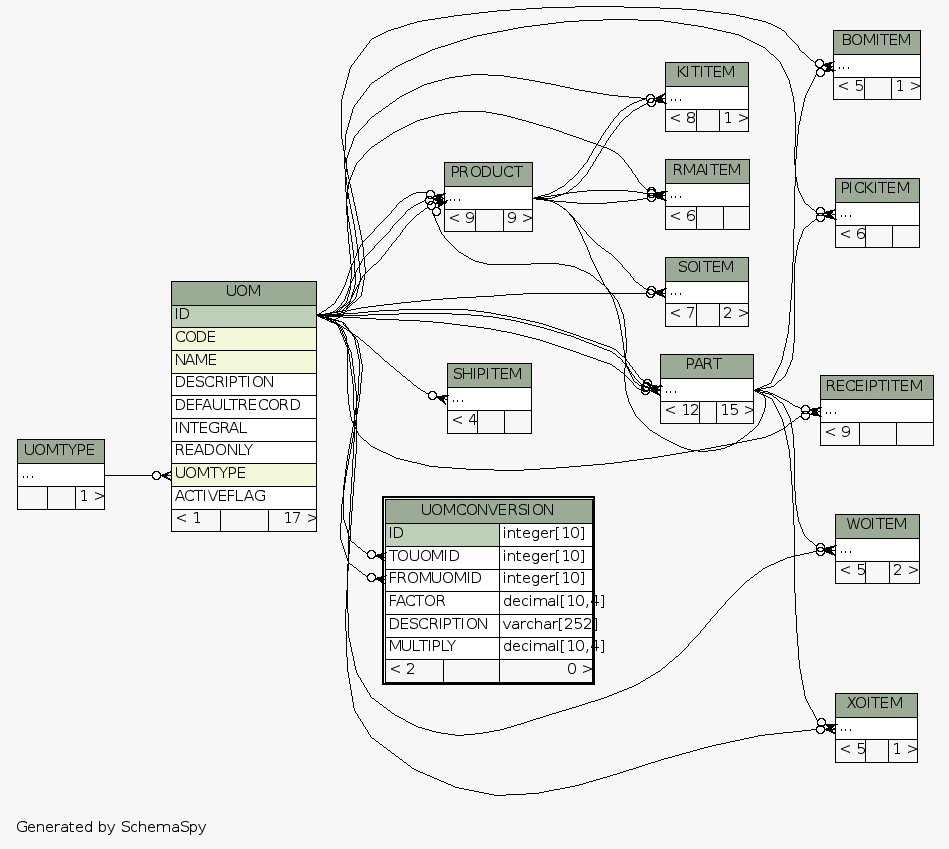
Before: dictionary/Fishbowl2013.5/diagrams/UOMCONVERSION.2degrees.png, a diagram exported from Graphviz (ilopez/FishbowlDataDictionary). Its source is kept beside it as dictionary/Fishbowl2013.5/diagrams/UOMCONVERSION.2degrees.dot. Its diagram source:
```dot
digraph "twoDegreesRelationshipsDiagram" {
  graph [
    rankdir="RL"
    bgcolor="#f7f7f7"
    label="\nGenerated by SchemaSpy"
    labeljust="l"
    nodesep="0.18"
    ranksep="0.46"
    fontname="Helvetica"
    fontsize="11"
  ];
  node [
    fontname="Helvetica"
    fontsize="11"
    shape="plaintext"
  ];
  edge [
    arrowsize="0.8"
  ];
  "BOMITEM":"elipses":w -> "PART":"elipses":e [arrowhead=none dir=back arrowtail=crowodot];
  "BOMITEM":"elipses":w -> "UOM":"ID":e [arrowhead=none dir=back arrowtail=crowodot];
  "KITITEM":"elipses":w -> "PRODUCT":"elipses":e [arrowhead=none dir=back arrowtail=crowodot];
  "KITITEM":"elipses":w -> "PRODUCT":"elipses":e [arrowhead=none dir=back arrowtail=crowodot];
  "KITITEM":"elipses":w -> "UOM":"ID":e [arrowhead=none dir=back arrowtail=crowodot];
  "PART":"elipses":w -> "PRODUCT":"elipses":e [arrowhead=none dir=back arrowtail=crowodot];
  "PART":"elipses":w -> "UOM":"ID":e [arrowhead=none dir=back arrowtail=crowodot];
  "PART":"elipses":w -> "UOM":"ID":e [arrowhead=none dir=back arrowtail=crowodot];
  "PART":"elipses":w -> "UOM":"ID":e [arrowhead=none dir=back arrowtail=crowodot];
  "PICKITEM":"elipses":w -> "PART":"elipses":e [arrowhead=none dir=back arrowtail=crowodot];
  "PICKITEM":"elipses":w -> "UOM":"ID":e [arrowhead=none dir=back arrowtail=crowodot];
  "PRODUCT":"elipses":w -> "PART":"elipses":e [arrowhead=none dir=back arrowtail=crowodot];
  "PRODUCT":"elipses":w -> "UOM":"ID":e [arrowhead=none dir=back arrowtail=crowodot];
  "PRODUCT":"elipses":w -> "UOM":"ID":e [arrowhead=none dir=back arrowtail=crowodot];
  "PRODUCT":"elipses":w -> "UOM":"ID":e [arrowhead=none dir=back arrowtail=crowodot];
  "RECEIPTITEM":"elipses":w -> "PART":"elipses":e [arrowhead=none dir=back arrowtail=crowodot];
  "RECEIPTITEM":"elipses":w -> "UOM":"ID":e [arrowhead=none dir=back arrowtail=crowodot];
  "RMAITEM":"elipses":w -> "PRODUCT":"elipses":e [arrowhead=none dir=back arrowtail=crowodot];
  "RMAITEM":"elipses":w -> "PRODUCT":"elipses":e [arrowhead=none dir=back arrowtail=crowodot];
  "RMAITEM":"elipses":w -> "UOM":"ID":e [arrowhead=none dir=back arrowtail=crowodot];
  "SHIPITEM":"elipses":w -> "UOM":"ID":e [arrowhead=none dir=back arrowtail=crowodot];
  "SOITEM":"elipses":w -> "PRODUCT":"elipses":e [arrowhead=none dir=back arrowtail=crowodot];
  "SOITEM":"elipses":w -> "UOM":"ID":e [arrowhead=none dir=back arrowtail=crowodot];
  "UOM":"UOMTYPE":w -> "UOMTYPE":"elipses":e [arrowhead=none dir=back arrowtail=crowodot];
  "UOMCONVERSION":"FROMUOMID":w -> "UOM":"ID":e [arrowhead=none dir=back arrowtail=crowodot];
  "UOMCONVERSION":"TOUOMID":w -> "UOM":"ID":e [arrowhead=none dir=back arrowtail=crowodot];
  "WOITEM":"elipses":w -> "PART":"elipses":e [arrowhead=none dir=back arrowtail=crowodot];
  "WOITEM":"elipses":w -> "UOM":"ID":e [arrowhead=none dir=back arrowtail=crowodot];
  "XOITEM":"elipses":w -> "PART":"elipses":e [arrowhead=none dir=back arrowtail=crowodot];
  "XOITEM":"elipses":w -> "UOM":"ID":e [arrowhead=none dir=back arrowtail=crowodot];
  "BOMITEM" [
    label=<
    <TABLE BORDER="0" CELLBORDER="1" CELLSPACING="0" BGCOLOR="#ffffff">
      <TR><TD COLSPAN="3" BGCOLOR="#9bab96" ALIGN="CENTER">BOMITEM</TD></TR>
      <TR><TD PORT="elipses" COLSPAN="3" ALIGN="LEFT">...</TD></TR>
      <TR><TD ALIGN="LEFT" BGCOLOR="#f7f7f7">&lt; 5</TD><TD ALIGN="RIGHT" BGCOLOR="#f7f7f7">  </TD><TD ALIGN="RIGHT" BGCOLOR="#f7f7f7">1 &gt;</TD></TR>
    </TABLE>>
    URL="BOMITEM.html"
    tooltip="BOMITEM"
  ];
  "KITITEM" [
    label=<
    <TABLE BORDER="0" CELLBORDER="1" CELLSPACING="0" BGCOLOR="#ffffff">
      <TR><TD COLSPAN="3" BGCOLOR="#9bab96" ALIGN="CENTER">KITITEM</TD></TR>
      <TR><TD PORT="elipses" COLSPAN="3" ALIGN="LEFT">...</TD></TR>
      <TR><TD ALIGN="LEFT" BGCOLOR="#f7f7f7">&lt; 8</TD><TD ALIGN="RIGHT" BGCOLOR="#f7f7f7">  </TD><TD ALIGN="RIGHT" BGCOLOR="#f7f7f7">1 &gt;</TD></TR>
    </TABLE>>
    URL="KITITEM.html"
    tooltip="KITITEM"
  ];
  "PART" [
    label=<
    <TABLE BORDER="0" CELLBORDER="1" CELLSPACING="0" BGCOLOR="#ffffff">
      <TR><TD COLSPAN="3" BGCOLOR="#9bab96" ALIGN="CENTER">PART</TD></TR>
      <TR><TD PORT="elipses" COLSPAN="3" ALIGN="LEFT">...</TD></TR>
      <TR><TD ALIGN="LEFT" BGCOLOR="#f7f7f7">&lt; 12</TD><TD ALIGN="RIGHT" BGCOLOR="#f7f7f7">  </TD><TD ALIGN="RIGHT" BGCOLOR="#f7f7f7">15 &gt;</TD></TR>
    </TABLE>>
    URL="PART.html"
    tooltip="PART"
  ];
  "PICKITEM" [
    label=<
    <TABLE BORDER="0" CELLBORDER="1" CELLSPACING="0" BGCOLOR="#ffffff">
      <TR><TD COLSPAN="3" BGCOLOR="#9bab96" ALIGN="CENTER">PICKITEM</TD></TR>
      <TR><TD PORT="elipses" COLSPAN="3" ALIGN="LEFT">...</TD></TR>
      <TR><TD ALIGN="LEFT" BGCOLOR="#f7f7f7">&lt; 6</TD><TD ALIGN="RIGHT" BGCOLOR="#f7f7f7">  </TD><TD ALIGN="RIGHT" BGCOLOR="#f7f7f7">  </TD></TR>
    </TABLE>>
    URL="PICKITEM.html"
    tooltip="PICKITEM"
  ];
  "PRODUCT" [
    label=<
    <TABLE BORDER="0" CELLBORDER="1" CELLSPACING="0" BGCOLOR="#ffffff">
      <TR><TD COLSPAN="3" BGCOLOR="#9bab96" ALIGN="CENTER">PRODUCT</TD></TR>
      <TR><TD PORT="elipses" COLSPAN="3" ALIGN="LEFT">...</TD></TR>
      <TR><TD ALIGN="LEFT" BGCOLOR="#f7f7f7">&lt; 9</TD><TD ALIGN="RIGHT" BGCOLOR="#f7f7f7">  </TD><TD ALIGN="RIGHT" BGCOLOR="#f7f7f7">9 &gt;</TD></TR>
    </TABLE>>
    URL="PRODUCT.html"
    tooltip="PRODUCT"
  ];
  "RECEIPTITEM" [
    label=<
    <TABLE BORDER="0" CELLBORDER="1" CELLSPACING="0" BGCOLOR="#ffffff">
      <TR><TD COLSPAN="3" BGCOLOR="#9bab96" ALIGN="CENTER">RECEIPTITEM</TD></TR>
      <TR><TD PORT="elipses" COLSPAN="3" ALIGN="LEFT">...</TD></TR>
      <TR><TD ALIGN="LEFT" BGCOLOR="#f7f7f7">&lt; 9</TD><TD ALIGN="RIGHT" BGCOLOR="#f7f7f7">  </TD><TD ALIGN="RIGHT" BGCOLOR="#f7f7f7">  </TD></TR>
    </TABLE>>
    URL="RECEIPTITEM.html"
    tooltip="RECEIPTITEM"
  ];
  "RMAITEM" [
    label=<
    <TABLE BORDER="0" CELLBORDER="1" CELLSPACING="0" BGCOLOR="#ffffff">
      <TR><TD COLSPAN="3" BGCOLOR="#9bab96" ALIGN="CENTER">RMAITEM</TD></TR>
      <TR><TD PORT="elipses" COLSPAN="3" ALIGN="LEFT">...</TD></TR>
      <TR><TD ALIGN="LEFT" BGCOLOR="#f7f7f7">&lt; 6</TD><TD ALIGN="RIGHT" BGCOLOR="#f7f7f7">  </TD><TD ALIGN="RIGHT" BGCOLOR="#f7f7f7">  </TD></TR>
    </TABLE>>
    URL="RMAITEM.html"
    tooltip="RMAITEM"
  ];
  "SHIPITEM" [
    label=<
    <TABLE BORDER="0" CELLBORDER="1" CELLSPACING="0" BGCOLOR="#ffffff">
      <TR><TD COLSPAN="3" BGCOLOR="#9bab96" ALIGN="CENTER">SHIPITEM</TD></TR>
      <TR><TD PORT="elipses" COLSPAN="3" ALIGN="LEFT">...</TD></TR>
      <TR><TD ALIGN="LEFT" BGCOLOR="#f7f7f7">&lt; 4</TD><TD ALIGN="RIGHT" BGCOLOR="#f7f7f7">  </TD><TD ALIGN="RIGHT" BGCOLOR="#f7f7f7">  </TD></TR>
    </TABLE>>
    URL="SHIPITEM.html"
    tooltip="SHIPITEM"
  ];
  "SOITEM" [
    label=<
    <TABLE BORDER="0" CELLBORDER="1" CELLSPACING="0" BGCOLOR="#ffffff">
      <TR><TD COLSPAN="3" BGCOLOR="#9bab96" ALIGN="CENTER">SOITEM</TD></TR>
      <TR><TD PORT="elipses" COLSPAN="3" ALIGN="LEFT">...</TD></TR>
      <TR><TD ALIGN="LEFT" BGCOLOR="#f7f7f7">&lt; 7</TD><TD ALIGN="RIGHT" BGCOLOR="#f7f7f7">  </TD><TD ALIGN="RIGHT" BGCOLOR="#f7f7f7">2 &gt;</TD></TR>
    </TABLE>>
    URL="SOITEM.html"
    tooltip="SOITEM"
  ];
  "UOM" [
    label=<
    <TABLE BORDER="0" CELLBORDER="1" CELLSPACING="0" BGCOLOR="#ffffff">
      <TR><TD COLSPAN="3" BGCOLOR="#9bab96" ALIGN="CENTER">UOM</TD></TR>
      <TR><TD PORT="ID" COLSPAN="3" BGCOLOR="#bed1b8" ALIGN="LEFT">ID</TD></TR>
      <TR><TD PORT="CODE" COLSPAN="3" BGCOLOR="#f4f7da" ALIGN="LEFT">CODE</TD></TR>
      <TR><TD PORT="NAME" COLSPAN="3" BGCOLOR="#f4f7da" ALIGN="LEFT">NAME</TD></TR>
      <TR><TD PORT="DESCRIPTION" COLSPAN="3" ALIGN="LEFT">DESCRIPTION</TD></TR>
      <TR><TD PORT="DEFAULTRECORD" COLSPAN="3" ALIGN="LEFT">DEFAULTRECORD</TD></TR>
      <TR><TD PORT="INTEGRAL" COLSPAN="3" ALIGN="LEFT">INTEGRAL</TD></TR>
      <TR><TD PORT="READONLY" COLSPAN="3" ALIGN="LEFT">READONLY</TD></TR>
      <TR><TD PORT="UOMTYPE" COLSPAN="3" BGCOLOR="#f4f7da" ALIGN="LEFT">UOMTYPE</TD></TR>
      <TR><TD PORT="ACTIVEFLAG" COLSPAN="3" ALIGN="LEFT">ACTIVEFLAG</TD></TR>
      <TR><TD ALIGN="LEFT" BGCOLOR="#f7f7f7">&lt; 1</TD><TD ALIGN="RIGHT" BGCOLOR="#f7f7f7">  </TD><TD ALIGN="RIGHT" BGCOLOR="#f7f7f7">17 &gt;</TD></TR>
    </TABLE>>
    URL="UOM.html"
    tooltip="UOM"
  ];
  "UOMCONVERSION" [
    label=<
    <TABLE BORDER="2" CELLBORDER="1" CELLSPACING="0" BGCOLOR="#ffffff">
      <TR><TD COLSPAN="3" BGCOLOR="#9bab96" ALIGN="CENTER">UOMCONVERSION</TD></TR>
      <TR><TD PORT="ID" COLSPAN="2" BGCOLOR="#bed1b8" ALIGN="LEFT">ID</TD><TD PORT="ID.type" ALIGN="LEFT">integer[10]</TD></TR>
      <TR><TD PORT="TOUOMID" COLSPAN="2" ALIGN="LEFT">TOUOMID</TD><TD PORT="TOUOMID.type" ALIGN="LEFT">integer[10]</TD></TR>
      <TR><TD PORT="FROMUOMID" COLSPAN="2" ALIGN="LEFT">FROMUOMID</TD><TD PORT="FROMUOMID.type" ALIGN="LEFT">integer[10]</TD></TR>
      <TR><TD PORT="FACTOR" COLSPAN="2" ALIGN="LEFT">FACTOR</TD><TD PORT="FACTOR.type" ALIGN="LEFT">decimal[10,4]</TD></TR>
      <TR><TD PORT="DESCRIPTION" COLSPAN="2" ALIGN="LEFT">DESCRIPTION</TD><TD PORT="DESCRIPTION.type" ALIGN="LEFT">varchar[252]</TD></TR>
      <TR><TD PORT="MULTIPLY" COLSPAN="2" ALIGN="LEFT">MULTIPLY</TD><TD PORT="MULTIPLY.type" ALIGN="LEFT">decimal[10,4]</TD></TR>
      <TR><TD ALIGN="LEFT" BGCOLOR="#f7f7f7">&lt; 2</TD><TD ALIGN="RIGHT" BGCOLOR="#f7f7f7">  </TD><TD ALIGN="RIGHT" BGCOLOR="#f7f7f7">0 &gt;</TD></TR>
    </TABLE>>
    URL="UOMCONVERSION.html"
    tooltip="UOMCONVERSION"
  ];
  "UOMTYPE" [
    label=<
    <TABLE BORDER="0" CELLBORDER="1" CELLSPACING="0" BGCOLOR="#ffffff">
      <TR><TD COLSPAN="3" BGCOLOR="#9bab96" ALIGN="CENTER">UOMTYPE</TD></TR>
      <TR><TD PORT="elipses" COLSPAN="3" ALIGN="LEFT">...</TD></TR>
      <TR><TD ALIGN="LEFT" BGCOLOR="#f7f7f7">  </TD><TD ALIGN="RIGHT" BGCOLOR="#f7f7f7">  </TD><TD ALIGN="RIGHT" BGCOLOR="#f7f7f7">1 &gt;</TD></TR>
    </TABLE>>
    URL="UOMTYPE.html"
    tooltip="UOMTYPE"
  ];
  "WOITEM" [
    label=<
    <TABLE BORDER="0" CELLBORDER="1" CELLSPACING="0" BGCOLOR="#ffffff">
      <TR><TD COLSPAN="3" BGCOLOR="#9bab96" ALIGN="CENTER">WOITEM</TD></TR>
      <TR><TD PORT="elipses" COLSPAN="3" ALIGN="LEFT">...</TD></TR>
      <TR><TD ALIGN="LEFT" BGCOLOR="#f7f7f7">&lt; 5</TD><TD ALIGN="RIGHT" BGCOLOR="#f7f7f7">  </TD><TD ALIGN="RIGHT" BGCOLOR="#f7f7f7">2 &gt;</TD></TR>
    </TABLE>>
    URL="WOITEM.html"
    tooltip="WOITEM"
  ];
  "XOITEM" [
    label=<
    <TABLE BORDER="0" CELLBORDER="1" CELLSPACING="0" BGCOLOR="#ffffff">
      <TR><TD COLSPAN="3" BGCOLOR="#9bab96" ALIGN="CENTER">XOITEM</TD></TR>
      <TR><TD PORT="elipses" COLSPAN="3" ALIGN="LEFT">...</TD></TR>
      <TR><TD ALIGN="LEFT" BGCOLOR="#f7f7f7">&lt; 5</TD><TD ALIGN="RIGHT" BGCOLOR="#f7f7f7">  </TD><TD ALIGN="RIGHT" BGCOLOR="#f7f7f7">1 &gt;</TD></TR>
    </TABLE>>
    URL="XOITEM.html"
    tooltip="XOITEM"
  ];
}
```
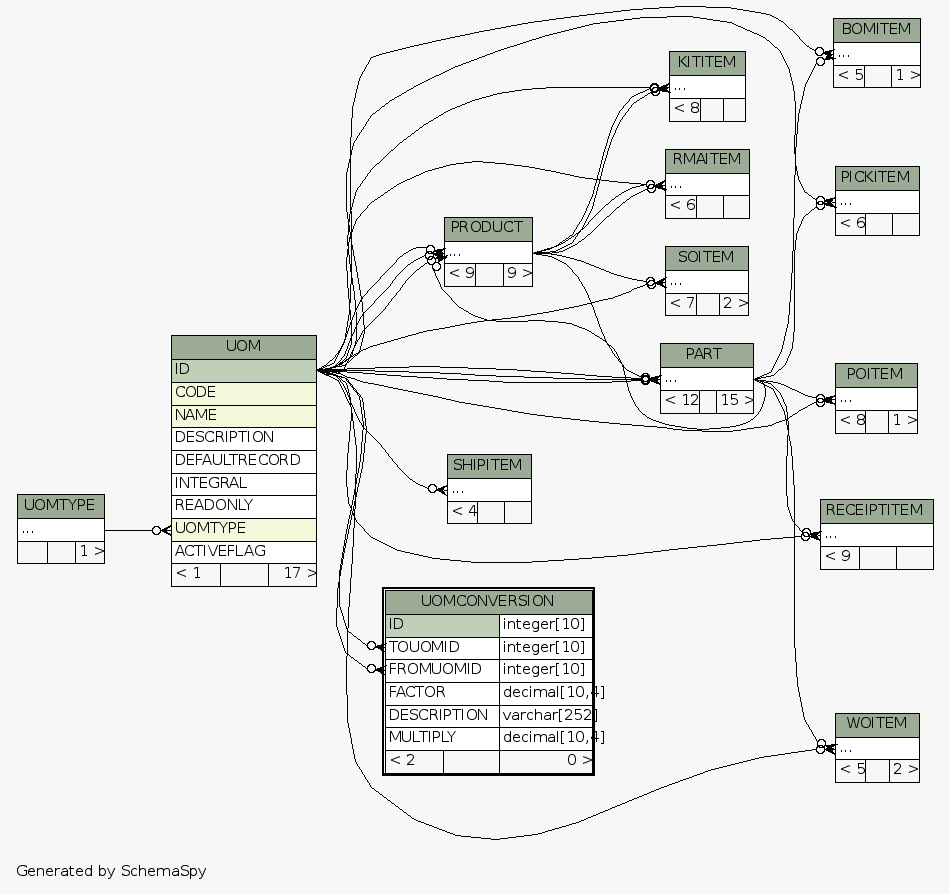
Above is the later version.

What changed in the source:
```diff
@@ -28,6 +28,8 @@
   "PART":"elipses":w -> "UOM":"ID":e [arrowhead=none dir=back arrowtail=crowodot];
   "PICKITEM":"elipses":w -> "PART":"elipses":e [arrowhead=none dir=back arrowtail=crowodot];
   "PICKITEM":"elipses":w -> "UOM":"ID":e [arrowhead=none dir=back arrowtail=crowodot];
+  "POITEM":"elipses":w -> "PART":"elipses":e [arrowhead=none dir=back arrowtail=crowodot];
+  "POITEM":"elipses":w -> "UOM":"ID":e [arrowhead=none dir=back arrowtail=crowodot];
   "PRODUCT":"elipses":w -> "PART":"elipses":e [arrowhead=none dir=back arrowtail=crowodot];
   "PRODUCT":"elipses":w -> "UOM":"ID":e [arrowhead=none dir=back arrowtail=crowodot];
   "PRODUCT":"elipses":w -> "UOM":"ID":e [arrowhead=none dir=back arrowtail=crowodot];
@@ -45,8 +47,6 @@
   "UOMCONVERSION":"TOUOMID":w -> "UOM":"ID":e [arrowhead=none dir=back arrowtail=crowodot];
   "WOITEM":"elipses":w -> "PART":"elipses":e [arrowhead=none dir=back arrowtail=crowodot];
   "WOITEM":"elipses":w -> "UOM":"ID":e [arrowhead=none dir=back arrowtail=crowodot];
-  "XOITEM":"elipses":w -> "PART":"elipses":e [arrowhead=none dir=back arrowtail=crowodot];
-  "XOITEM":"elipses":w -> "UOM":"ID":e [arrowhead=none dir=back arrowtail=crowodot];
   "BOMITEM" [
     label=<
     <TABLE BORDER="0" CELLBORDER="1" CELLSPACING="0" BGCOLOR="#ffffff">
@@ -62,7 +62,7 @@
     <TABLE BORDER="0" CELLBORDER="1" CELLSPACING="0" BGCOLOR="#ffffff">
       <TR><TD COLSPAN="3" BGCOLOR="#9bab96" ALIGN="CENTER">KITITEM</TD></TR>
       <TR><TD PORT="elipses" COLSPAN="3" ALIGN="LEFT">...</TD></TR>
-      <TR><TD ALIGN="LEFT" BGCOLOR="#f7f7f7">&lt; 8</TD><TD ALIGN="RIGHT" BGCOLOR="#f7f7f7">  </TD><TD ALIGN="RIGHT" BGCOLOR="#f7f7f7">1 &gt;</TD></TR>
+      <TR><TD ALIGN="LEFT" BGCOLOR="#f7f7f7">&lt; 8</TD><TD ALIGN="RIGHT" BGCOLOR="#f7f7f7">  </TD><TD ALIGN="RIGHT" BGCOLOR="#f7f7f7">  </TD></TR>
     </TABLE>>
     URL="KITITEM.html"
     tooltip="KITITEM"
@@ -86,6 +86,16 @@
     </TABLE>>
     URL="PICKITEM.html"
     tooltip="PICKITEM"
+  ];
+  "POITEM" [
+    label=<
+    <TABLE BORDER="0" CELLBORDER="1" CELLSPACING="0" BGCOLOR="#ffffff">
+      <TR><TD COLSPAN="3" BGCOLOR="#9bab96" ALIGN="CENTER">POITEM</TD></TR>
+      <TR><TD PORT="elipses" COLSPAN="3" ALIGN="LEFT">...</TD></TR>
+      <TR><TD ALIGN="LEFT" BGCOLOR="#f7f7f7">&lt; 8</TD><TD ALIGN="RIGHT" BGCOLOR="#f7f7f7">  </TD><TD ALIGN="RIGHT" BGCOLOR="#f7f7f7">1 &gt;</TD></TR>
+    </TABLE>>
+    URL="POITEM.html"
+    tooltip="POITEM"
   ];
   "PRODUCT" [
     label=<
@@ -190,14 +200,4 @@
     URL="WOITEM.html"
     tooltip="WOITEM"
   ];
-  "XOITEM" [
-    label=<
-    <TABLE BORDER="0" CELLBORDER="1" CELLSPACING="0" BGCOLOR="#ffffff">
-      <TR><TD COLSPAN="3" BGCOLOR="#9bab96" ALIGN="CENTER">XOITEM</TD></TR>
-      <TR><TD PORT="elipses" COLSPAN="3" ALIGN="LEFT">...</TD></TR>
-      <TR><TD ALIGN="LEFT" BGCOLOR="#f7f7f7">&lt; 5</TD><TD ALIGN="RIGHT" BGCOLOR="#f7f7f7">  </TD><TD ALIGN="RIGHT" BGCOLOR="#f7f7f7">1 &gt;</TD></TR>
-    </TABLE>>
-    URL="XOITEM.html"
-    tooltip="XOITEM"
-  ];
 }
```
